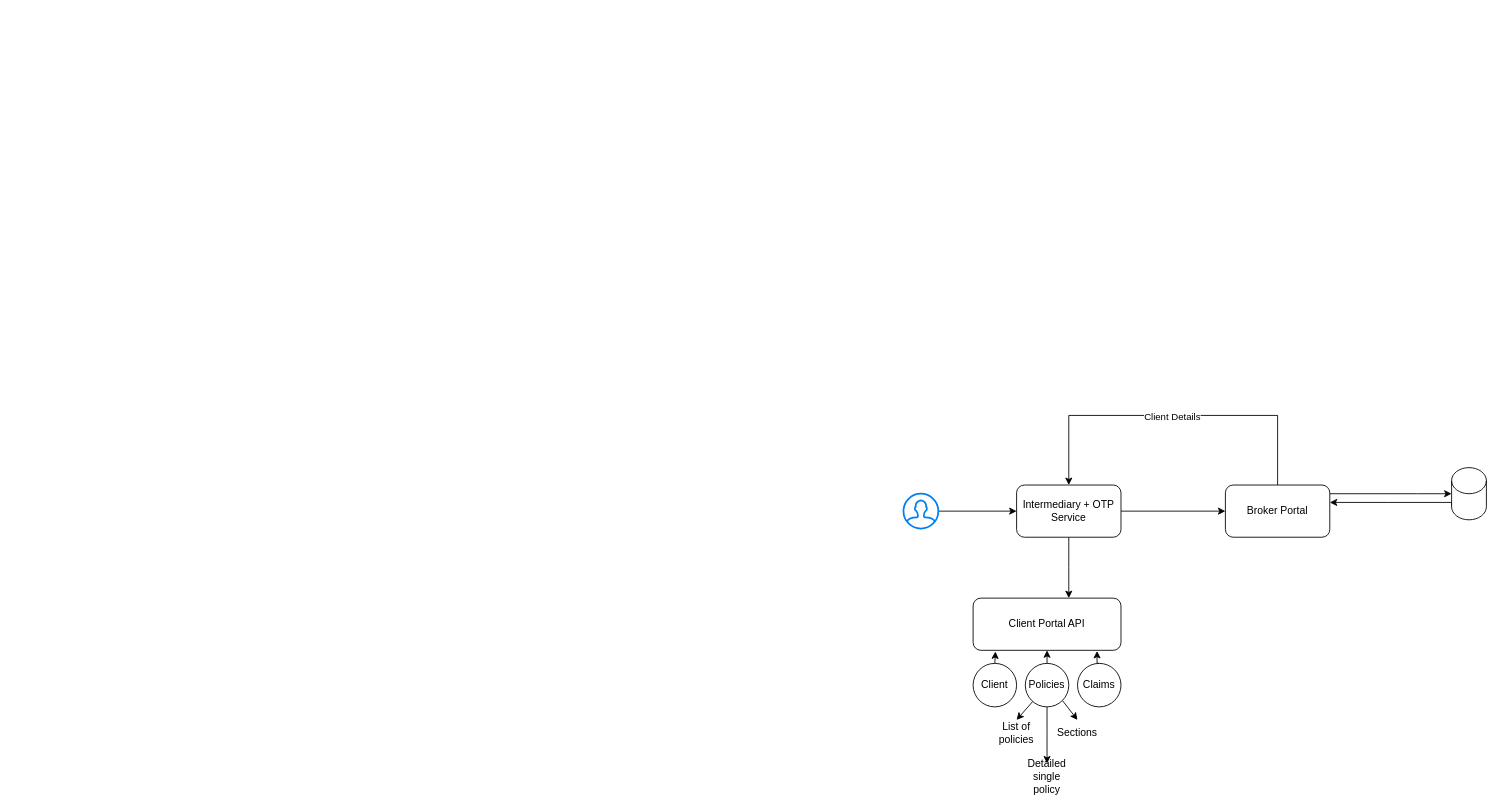
Above: ClientPortal-Auth.drawio in mcthuggets/client-portal (draw.io), before the change. Source tidied: cells renumbered, new cells numbered last; positions are measured from the earlier drawing's top-left corner, leaving out a move shared by most shapes. Both pictures are drawn from the tidied source at 87%, with x=0, y=0 at pixel (903, 415).
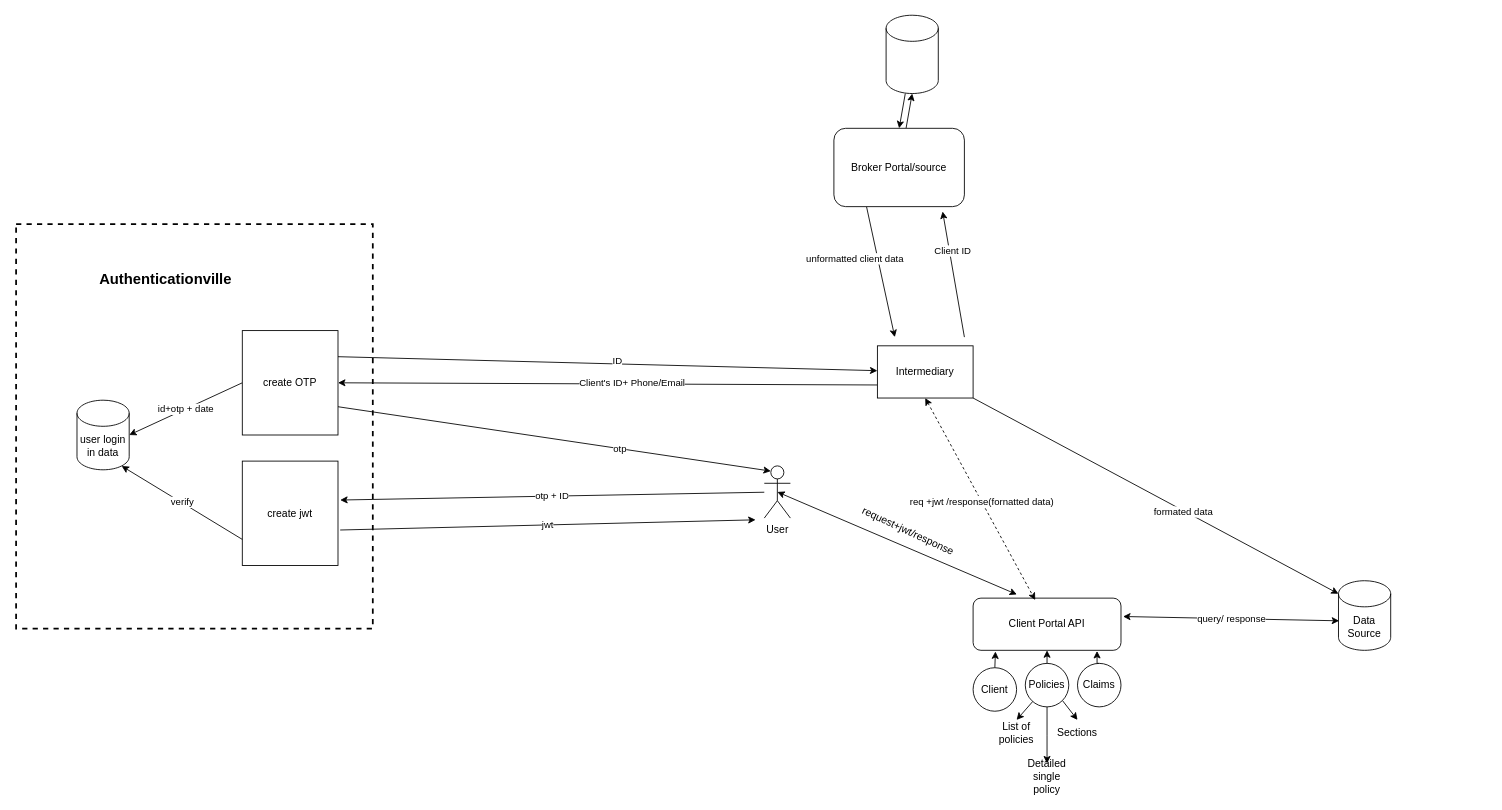
The same page after the edit.

The change refers to these unchanged cells:
```xml
<mxCell id="13" value="Client Portal API" style="rounded=1;whiteSpace=wrap;html=1;" parent="1" vertex="1">
  <mxGeometry x="80" y="210" width="170" height="60" as="geometry" />
</mxCell>
<mxCell id="22" value="Policies" style="ellipse;whiteSpace=wrap;html=1;" parent="1" vertex="1">
  <mxGeometry x="140" y="285" width="50" height="50" as="geometry" />
</mxCell>
```

The edit, as a diff of the source:
```diff
@@
-    <mxCell id="2" style="edgeStyle=orthogonalEdgeStyle;rounded=0;jettySize=auto;html=1;entryX=0;entryY=0.5;entryDx=0;entryDy=0;" parent="1" edge="1" source="3" target="6">
-      <mxGeometry relative="1" as="geometry" />
-    </mxCell>
-    <mxCell id="3" style="html=1;verticalLabelPosition=bottom;align=center;labelBackgroundColor=#ffffff;verticalAlign=top;strokeWidth=2;strokeColor=#0080F0;shadow=0;dashed=0;shape=mxgraph.ios7.icons.user;" parent="1" vertex="1">
-      <mxGeometry y="90" width="40" height="40" as="geometry" />
-    </mxCell>
-    <mxCell id="4" style="edgeStyle=orthogonalEdgeStyle;rounded=0;jettySize=auto;html=1;" parent="1" edge="1" source="6">
-      <mxGeometry relative="1" as="geometry">
-        <mxPoint x="370" y="110" as="targetPoint" />
-      </mxGeometry>
-    </mxCell>
-    <mxCell id="5" style="edgeStyle=orthogonalEdgeStyle;rounded=0;jettySize=auto;html=1;" parent="1" edge="1" source="6">
-      <mxGeometry relative="1" as="geometry">
-        <mxPoint x="190" y="210" as="targetPoint" />
-      </mxGeometry>
-    </mxCell>
-    <mxCell id="6" value="Intermediary + OTP Service" style="rounded=1;whiteSpace=wrap;html=1;" parent="1" vertex="1">
-      <mxGeometry x="130" y="80" width="120" height="60" as="geometry" />
-    </mxCell>
+    <mxCell id="26" style="edgeStyle=none;rounded=0;jettySize=auto;html=1;entryX=0.296;entryY=-0.07;entryDx=0;entryDy=0;entryPerimeter=0;exitX=0.5;exitY=0.5;exitDx=0;exitDy=0;exitPerimeter=0;startArrow=classic;startFill=1;" parent="1" edge="1" source="40" target="13">
+      <mxGeometry x="0.04" y="-21" relative="1" as="geometry" />
+    </mxCell>
+    <mxCell id="27" style="edgeStyle=none;rounded=0;orthogonalLoop=1;jettySize=auto;html=1;exitX=0.25;exitY=1;exitDx=0;exitDy=0;" parent="1" edge="1">
+      <mxGeometry relative="1" as="geometry">
+        <mxPoint x="305" y="-290" as="sourcePoint" />
+        <mxPoint x="305" y="-290" as="targetPoint" />
+      </mxGeometry>
+    </mxCell>
+    <mxCell id="28" style="edgeStyle=none;rounded=0;jettySize=auto;html=1;exitX=0.25;exitY=1;exitDx=0;exitDy=0;" parent="1" edge="1" source="10">
+      <mxGeometry relative="1" as="geometry">
+        <mxPoint x="-10" y="-90" as="targetPoint" />
+      </mxGeometry>
+    </mxCell>
+    <mxCell id="29" value="unformatted client data" style="edgeLabel;html=1;align=center;verticalAlign=middle;" parent="28" vertex="1">
+      <mxGeometry x="-0.22" relative="1" as="geometry">
+        <mxPoint x="-27" y="1" as="offset" />
+      </mxGeometry>
+    </mxCell>
-    <mxCell id="7" style="edgeStyle=orthogonalEdgeStyle;rounded=0;jettySize=auto;html=1;entryX=0;entryY=0.5;entryDx=0;entryDy=0;entryPerimeter=0;" parent="1" edge="1" source="10" target="12">
-      <mxGeometry relative="1" as="geometry">
-        <Array as="points">
-          <mxPoint x="590" y="90" />
-          <mxPoint x="590" y="90" />
-        </Array>
-      </mxGeometry>
+    <mxCell id="7" style="edgeStyle=none;rounded=0;jettySize=auto;html=1;entryX=0.5;entryY=1;entryDx=0;entryDy=0;entryPerimeter=0;" parent="1" edge="1" source="10" target="12">
+      <mxGeometry relative="1" as="geometry" />
     </mxCell>
-    <mxCell id="8" style="edgeStyle=orthogonalEdgeStyle;rounded=0;jettySize=auto;html=1;entryX=0.5;entryY=0;entryDx=0;entryDy=0;" parent="1" edge="1" source="10" target="6">
-      <mxGeometry relative="1" as="geometry">
-        <Array as="points">
-          <mxPoint x="430" />
-          <mxPoint x="190" />
-        </Array>
-      </mxGeometry>
-    </mxCell>
-    <mxCell id="9" value="Client Details" style="edgeLabel;html=1;align=center;verticalAlign=middle;" parent="8" vertex="1">
-      <mxGeometry x="0.01" y="1" relative="1" as="geometry" />
-    </mxCell>
-    <mxCell id="10" value="Broker Portal" style="rounded=1;whiteSpace=wrap;html=1;" parent="1" vertex="1">
-      <mxGeometry x="370" y="80" width="120" height="60" as="geometry" />
+    <mxCell id="10" value="Broker Portal/source" style="rounded=1;whiteSpace=wrap;html=1;" parent="1" vertex="1">
+      <mxGeometry x="-80" y="-330" width="150" height="90" as="geometry" />
     </mxCell>
-    <mxCell id="11" style="edgeStyle=orthogonalEdgeStyle;rounded=0;jettySize=auto;html=1;exitX=0;exitY=1;exitDx=0;exitDy=-15;exitPerimeter=0;" parent="1" edge="1" source="12">
-      <mxGeometry relative="1" as="geometry">
-        <mxPoint x="490" y="100" as="targetPoint" />
-        <Array as="points">
-          <mxPoint x="620" y="100" />
-          <mxPoint x="556" y="100" />
-          <mxPoint x="556" y="101" />
-        </Array>
-      </mxGeometry>
-    </mxCell>
+    <mxCell id="30" style="edgeStyle=none;rounded=0;jettySize=auto;html=1;entryX=0.5;entryY=0;entryDx=0;entryDy=0;" parent="1" edge="1" source="12" target="10">
+      <mxGeometry relative="1" as="geometry" />
+    </mxCell>
     <mxCell id="12" style="shape=cylinder3;whiteSpace=wrap;html=1;boundedLbl=1;backgroundOutline=1;size=15;" parent="1" vertex="1">
-      <mxGeometry x="630" y="60" width="40" height="60" as="geometry" />
+      <mxGeometry x="-20" y="-460" width="60" height="90" as="geometry" />
     </mxCell>
@@
     <mxCell id="15" value="Client" style="ellipse;whiteSpace=wrap;html=1;" parent="1" vertex="1">
-      <mxGeometry x="80" y="285" width="50" height="50" as="geometry" />
+      <mxGeometry x="80" y="290" width="50" height="50" as="geometry" />
     </mxCell>
@@
+    <mxCell id="31" value="formated data&amp;nbsp;" style="rounded=0;jettySize=auto;html=1;entryX=0;entryY=0;entryDx=0;entryDy=15;entryPerimeter=0;exitX=1;exitY=1;exitDx=0;exitDy=0;" parent="1" edge="1" source="36" target="38">
+      <mxGeometry x="0.16" y="-1" relative="1" as="geometry" />
+    </mxCell>
+    <mxCell id="32" style="edgeStyle=none;rounded=0;jettySize=auto;html=1;entryX=0.833;entryY=1.062;entryDx=0;entryDy=0;entryPerimeter=0;" parent="1" edge="1" target="10">
+      <mxGeometry relative="1" as="geometry">
+        <mxPoint x="70" y="-90" as="sourcePoint" />
+      </mxGeometry>
+    </mxCell>
+    <mxCell id="33" value="Client ID&amp;nbsp;" style="edgeLabel;html=1;align=center;verticalAlign=middle;" parent="32" vertex="1">
+      <mxGeometry x="0.36" y="-1" relative="1" as="geometry">
+        <mxPoint x="4" y="-1" as="offset" />
+      </mxGeometry>
+    </mxCell>
+    <mxCell id="34" value="Client's ID+ Phone/Email" style="edgeStyle=none;rounded=0;jettySize=auto;html=1;entryX=1;entryY=0.5;entryDx=0;entryDy=0;exitX=0;exitY=0.75;exitDx=0;exitDy=0;" parent="1" edge="1" source="36" target="47">
+      <mxGeometry x="-0.09" y="-1" relative="1" as="geometry" />
+    </mxCell>
+    <mxCell id="35" value="req +jwt /response(fornatted data)" style="rounded=0;jettySize=auto;html=1;exitX=0.5;exitY=1;exitDx=0;exitDy=0;entryX=0.42;entryY=0.037;entryDx=0;entryDy=0;entryPerimeter=0;startArrow=classic;startFill=1;dashed=1;" parent="1" edge="1" source="36" target="13">
+      <mxGeometry x="0.03" relative="1" as="geometry" />
+    </mxCell>
+    <mxCell id="36" value="Intermediary" style="rounded=1;whiteSpace=wrap;html=1;arcSize=0;" parent="1" vertex="1">
+      <mxGeometry x="-30" y="-80" width="110" height="60" as="geometry" />
+    </mxCell>
+    <mxCell id="37" value="query/ response" style="edgeStyle=none;rounded=0;jettySize=auto;html=1;entryX=1.014;entryY=0.352;entryDx=0;entryDy=0;startArrow=classic;startFill=1;entryPerimeter=0;exitX=0.013;exitY=0.576;exitDx=0;exitDy=0;exitPerimeter=0;" parent="1" edge="1" source="38" target="13">
+      <mxGeometry relative="1" as="geometry" />
+    </mxCell>
+    <mxCell id="38" value="Data Source" style="shape=cylinder3;whiteSpace=wrap;html=1;boundedLbl=1;backgroundOutline=1;size=15;" parent="1" vertex="1">
+      <mxGeometry x="500" y="190" width="60" height="80" as="geometry" />
+    </mxCell>
+    <mxCell id="39" value="otp + ID" style="edgeStyle=none;rounded=0;jettySize=auto;html=1;entryX=1.023;entryY=0.373;entryDx=0;entryDy=0;entryPerimeter=0;" parent="1" edge="1" source="40" target="51">
+      <mxGeometry relative="1" as="geometry" />
+    </mxCell>
+    <mxCell id="40" value="User" style="shape=umlActor;verticalLabelPosition=bottom;verticalAlign=top;html=1;outlineConnect=0;" parent="1" vertex="1">
+      <mxGeometry x="-160" y="58" width="30" height="60" as="geometry" />
+    </mxCell>
+    <mxCell id="41" style="edgeStyle=none;rounded=0;orthogonalLoop=1;jettySize=auto;html=1;exitX=0.5;exitY=1;exitDx=0;exitDy=0;" parent="1" edge="1" source="22" target="22">
+      <mxGeometry relative="1" as="geometry" />
+    </mxCell>
+    <mxCell id="42" value="id+otp + date" style="edgeStyle=none;rounded=0;jettySize=auto;html=1;exitX=0;exitY=0.5;exitDx=0;exitDy=0;entryX=1;entryY=0.5;entryDx=0;entryDy=0;entryPerimeter=0;" parent="1" edge="1" source="47" target="48">
+      <mxGeometry relative="1" as="geometry" />
+    </mxCell>
+    <mxCell id="43" style="edgeStyle=none;rounded=0;jettySize=auto;html=1;exitX=1;exitY=0.75;exitDx=0;exitDy=0;entryX=0.25;entryY=0.1;entryDx=0;entryDy=0;entryPerimeter=0;" parent="1" edge="1" target="40">
+      <mxGeometry relative="1" as="geometry">
+        <mxPoint x="-650" y="-10" as="sourcePoint" />
+      </mxGeometry>
+    </mxCell>
+    <mxCell id="44" value="otp" style="edgeLabel;html=1;align=center;verticalAlign=middle;" parent="43" vertex="1">
+      <mxGeometry x="0.3" relative="1" as="geometry" />
+    </mxCell>
+    <mxCell id="45" style="edgeStyle=none;rounded=0;jettySize=auto;html=1;exitX=1;exitY=0.25;exitDx=0;exitDy=0;" parent="1" edge="1" source="47" target="36">
+      <mxGeometry relative="1" as="geometry" />
+    </mxCell>
+    <mxCell id="46" value="ID" style="edgeLabel;html=1;align=center;verticalAlign=middle;" parent="45" vertex="1">
+      <mxGeometry x="-0.08" y="3" relative="1" as="geometry">
+        <mxPoint x="36" as="offset" />
+      </mxGeometry>
+    </mxCell>
+    <mxCell id="47" value="create OTP" style="rounded=1;whiteSpace=wrap;html=1;arcSize=0;" parent="1" vertex="1">
+      <mxGeometry x="-760" y="-97.5" width="110" height="120" as="geometry" />
+    </mxCell>
+    <mxCell id="48" value="user login in data" style="shape=cylinder3;whiteSpace=wrap;html=1;boundedLbl=1;backgroundOutline=1;size=15;" parent="1" vertex="1">
+      <mxGeometry x="-950" y="-17.5" width="60" height="80" as="geometry" />
+    </mxCell>
+    <mxCell id="49" value="request+jwt/response" style="text;html=1;align=center;verticalAlign=middle;strokeColor=none;fillColor=none;rotation=25;" parent="1" vertex="1">
+      <mxGeometry x="-65" y="118" width="140" height="30" as="geometry" />
+    </mxCell>
+    <mxCell id="50" value="jwt" style="edgeStyle=none;rounded=0;jettySize=auto;html=1;exitX=1.023;exitY=0.66;exitDx=0;exitDy=0;exitPerimeter=0;" parent="1" edge="1" source="51">
+      <mxGeometry relative="1" as="geometry">
+        <mxPoint x="-170" y="120" as="targetPoint" />
+      </mxGeometry>
+    </mxCell>
+    <mxCell id="51" value="create jwt" style="rounded=1;whiteSpace=wrap;html=1;arcSize=0;" parent="1" vertex="1">
+      <mxGeometry x="-760" y="52.5" width="110" height="120" as="geometry" />
+    </mxCell>
+    <mxCell id="52" style="rounded=0;whiteSpace=wrap;html=1;dashed=1;fillColor=none;strokeWidth=2;" parent="1" vertex="1">
+      <mxGeometry x="-1020" y="-220" width="410" height="465" as="geometry" />
+    </mxCell>
+    <mxCell id="53" value="verify" style="edgeStyle=none;rounded=0;jettySize=auto;html=1;entryX=0.855;entryY=1;entryDx=0;entryDy=-4.35;entryPerimeter=0;exitX=0;exitY=0.75;exitDx=0;exitDy=0;" parent="1" edge="1" source="51" target="48">
+      <mxGeometry relative="1" as="geometry" />
+    </mxCell>
+    <mxCell id="54" value="&lt;font size=&quot;1&quot; style=&quot;&quot;&gt;&lt;b style=&quot;font-size: 17px;&quot;&gt;Authenticationville&lt;/b&gt;&lt;/font&gt;" style="text;html=1;strokeColor=none;fillColor=none;align=center;verticalAlign=middle;whiteSpace=wrap;rounded=0;" parent="1" vertex="1">
+      <mxGeometry x="-878" y="-170" width="60" height="30" as="geometry" />
+    </mxCell>
```
